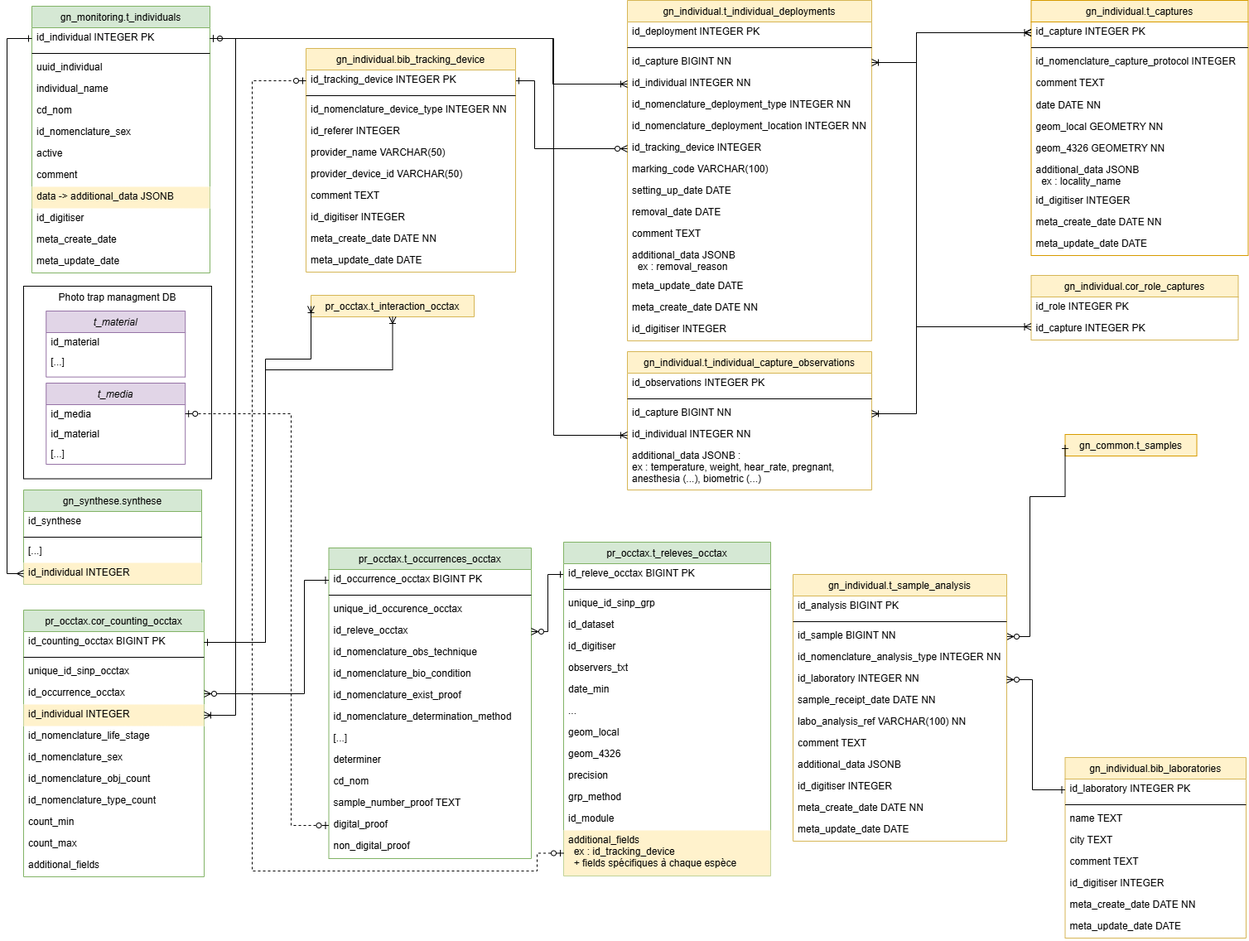
Before: cahier-des-charges/images/mcd.png, a diagram exported from draw.io (PnVanoise/gestion-individus). Source tidied: cells renumbered, new cells last; positions are measured from the earlier drawing's top-left corner, leaving out a move shared by most shapes.
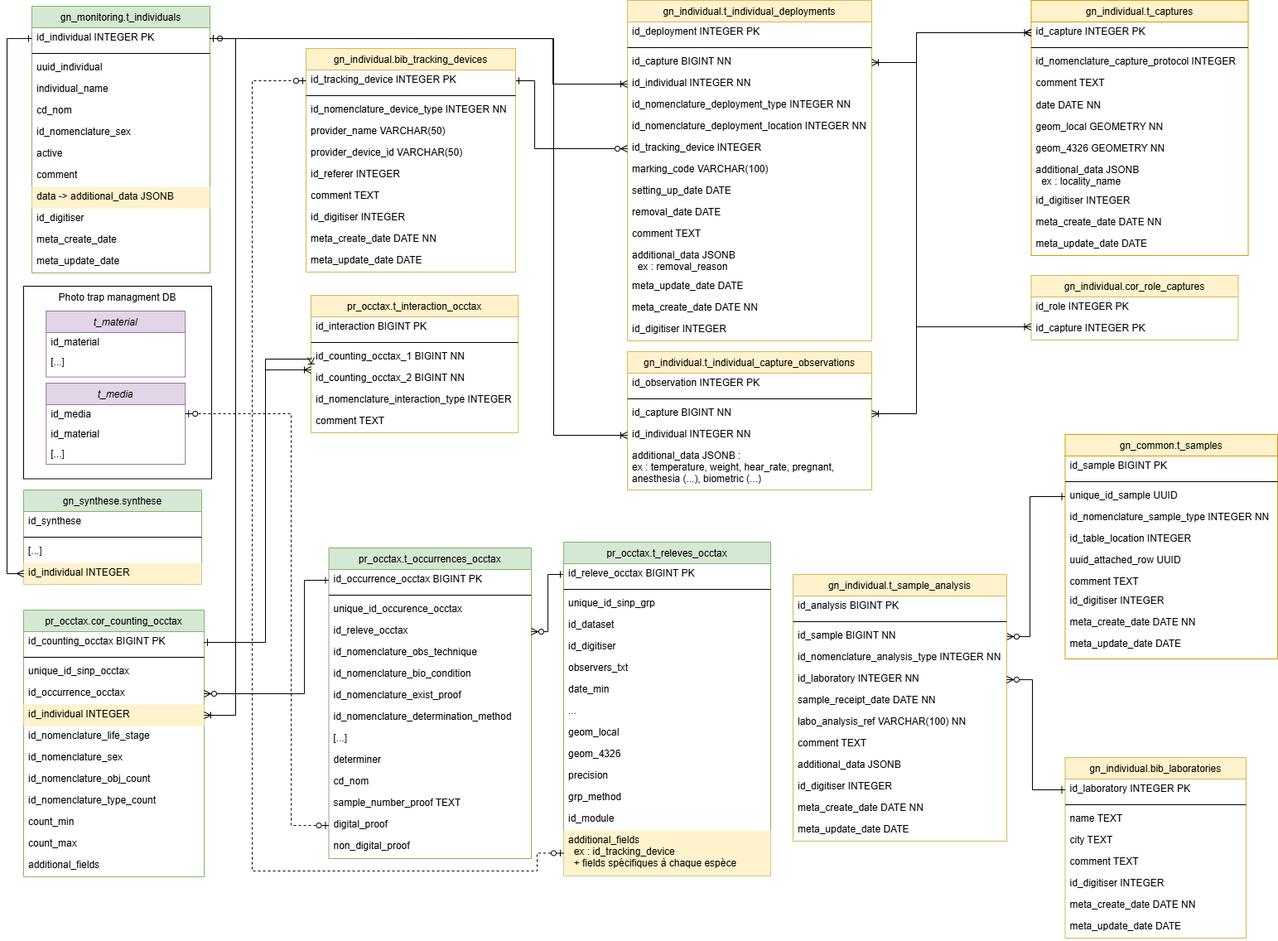
After the commit.

Change to the diagram source:
```diff
@@ -169,9 +169,39 @@
     <mxCell id="55" value="meta_update_date DATE" style="shape=partialRectangle;top=0;left=0;right=0;bottom=0;align=left;verticalAlign=top;spacingTop=-2;fillColor=none;spacingLeft=4;spacingRight=4;overflow=hidden;" parent="44" vertex="1">
       <mxGeometry y="282" width="262" height="26" as="geometry" />
     </mxCell>
-    <mxCell id="56" value="gn_common.t_samples" style="swimlane;fontStyle=0;horizontal=1;startSize=26;fillColor=#FFF2CC;swimlaneFillColor=default;align=center;strokeColor=#d79b00;" parent="1" vertex="1" collapsed="1">
-      <mxGeometry x="1257.5" y="524" width="159" height="26" as="geometry" />
+    <mxCell id="56" value="gn_common.t_samples" style="swimlane;fontStyle=0;horizontal=1;startSize=26;fillColor=#FFF2CC;swimlaneFillColor=default;align=center;strokeColor=#d79b00;" parent="1" vertex="1">
+      <mxGeometry x="1257.5" y="524" width="256.5" height="271" as="geometry" />
     </mxCell>
+    <mxCell id="157" value="id_sample BIGINT PK" style="shape=partialRectangle;top=0;left=0;right=0;bottom=0;align=left;verticalAlign=top;spacingTop=-2;fillColor=none;spacingLeft=4;spacingRight=4;overflow=hidden;strokeColor=#d6b656;fontStyle=0;textShadow=0;" parent="56" vertex="1">
+      <mxGeometry y="26" width="256.5" height="26" as="geometry" />
+    </mxCell>
+    <mxCell id="158" style="line;strokeWidth=1;html=1;" parent="56" vertex="1">
+      <mxGeometry y="52" width="256.5" height="10" as="geometry" />
+    </mxCell>
+    <mxCell id="159" value="unique_id_sample UUID" style="shape=partialRectangle;top=0;left=0;right=0;bottom=0;align=left;verticalAlign=top;spacingTop=-2;fillColor=none;spacingLeft=4;spacingRight=4;overflow=hidden;points=[[0,0.5],[1,0.5]];portConstraint=eastwest;strokeColor=#d6b656;fontStyle=0;textShadow=0;" parent="56" vertex="1">
+      <mxGeometry y="62" width="256.5" height="26" as="geometry" />
+    </mxCell>
+    <mxCell id="160" value="id_nomenclature_sample_type INTEGER NN" style="shape=partialRectangle;top=0;left=0;right=0;bottom=0;align=left;verticalAlign=top;spacingTop=-2;fillColor=none;spacingLeft=4;spacingRight=4;overflow=hidden;" parent="56" vertex="1">
+      <mxGeometry y="88" width="256.5" height="26" as="geometry" />
+    </mxCell>
+    <mxCell id="161" value="id_table_location INTEGER" style="shape=partialRectangle;top=0;left=0;right=0;bottom=0;align=left;verticalAlign=top;spacingTop=-2;fillColor=none;spacingLeft=4;spacingRight=4;overflow=hidden;" parent="56" vertex="1">
+      <mxGeometry y="114" width="256.5" height="26" as="geometry" />
+    </mxCell>
+    <mxCell id="162" value="uuid_attached_row UUID" style="shape=partialRectangle;top=0;left=0;right=0;bottom=0;align=left;verticalAlign=top;spacingTop=-2;fillColor=none;spacingLeft=4;spacingRight=4;overflow=hidden;" parent="56" vertex="1">
+      <mxGeometry y="140" width="256.5" height="26" as="geometry" />
+    </mxCell>
+    <mxCell id="163" value="comment TEXT" style="shape=partialRectangle;top=0;left=0;right=0;bottom=0;align=left;verticalAlign=top;spacingTop=-2;fillColor=none;spacingLeft=4;spacingRight=4;overflow=hidden;strokeColor=default;perimeterSpacing=0;fontStyle=0;" parent="56" vertex="1">
+      <mxGeometry y="166" width="256.5" height="23" as="geometry" />
+    </mxCell>
+    <mxCell id="164" value="id_digitiser INTEGER" style="shape=partialRectangle;top=0;left=0;right=0;bottom=0;align=left;verticalAlign=top;spacingTop=-2;fillColor=none;spacingLeft=4;spacingRight=4;overflow=hidden;fontStyle=0;textShadow=0;" parent="56" vertex="1">
+      <mxGeometry y="189" width="256.5" height="26" as="geometry" />
+    </mxCell>
+    <mxCell id="165" value="meta_create_date DATE NN" style="shape=partialRectangle;top=0;left=0;right=0;bottom=0;align=left;verticalAlign=top;spacingTop=-2;fillColor=none;spacingLeft=4;spacingRight=4;overflow=hidden;strokeColor=default;perimeterSpacing=0;fontStyle=0;" parent="56" vertex="1">
+      <mxGeometry y="215" width="256.5" height="26" as="geometry" />
+    </mxCell>
+    <mxCell id="166" value="meta_update_date DATE" style="shape=partialRectangle;top=0;left=0;right=0;bottom=0;align=left;verticalAlign=top;spacingTop=-2;fillColor=none;spacingLeft=4;spacingRight=4;overflow=hidden;strokeColor=default;perimeterSpacing=0;fontStyle=0;" parent="56" vertex="1">
+      <mxGeometry y="241" width="256.5" height="26" as="geometry" />
+    </mxCell>
     <mxCell id="57" style="edgeStyle=orthogonalEdgeStyle;rounded=0;jettySize=auto;html=1;exitX=1;exitY=0.5;exitDx=0;exitDy=0;startArrow=ERzeroToMany;startFill=0;endArrow=ERone;endFill=0;entryX=0;entryY=0.5;entryDx=0;entryDy=0;" parent="1" edge="1" source="32" target="124">
       <mxGeometry relative="1" as="geometry">
         <Array as="points">
@@ -244,6 +274,14 @@
         </Array>
       </mxGeometry>
     </mxCell>
+    <mxCell id="167" style="edgeStyle=orthogonalEdgeStyle;rounded=0;jettySize=auto;html=1;startArrow=ERzeroToMany;startFill=0;endArrow=ERone;endFill=0;exitX=1;exitY=0.5;exitDx=0;exitDy=0;entryX=0;entryY=0.5;entryDx=0;entryDy=0;" parent="1" edge="1" source="113" target="159">
+      <mxGeometry relative="1" as="geometry">
+        <Array as="points">
+          <mxPoint x="1215" y="768" />
+          <mxPoint x="1215" y="599" />
+        </Array>
+      </mxGeometry>
+    </mxCell>
     <mxCell id="76" style="edgeStyle=orthogonalEdgeStyle;rounded=0;jettySize=auto;html=1;exitX=0;exitY=0.5;exitDx=0;exitDy=0;entryX=1;entryY=0.5;entryDx=0;entryDy=0;endArrow=ERone;endFill=0;startArrow=ERzeroToMany;startFill=0;" parent="1" edge="1" source="65" target="89">
       <mxGeometry relative="1" as="geometry">
         <Array as="points">
@@ -295,7 +333,7 @@
         </Array>
       </mxGeometry>
     </mxCell>
-    <mxCell id="88" value="gn_individual.bib_tracking_device" style="swimlane;fontStyle=0;horizontal=1;startSize=26;fillColor=#fff2cc;swimlaneFillColor=default;align=center;strokeColor=#d6b656;" parent="1" vertex="1">
+    <mxCell id="88" value="gn_individual.bib_tracking_devices" style="swimlane;fontStyle=0;horizontal=1;startSize=26;fillColor=#fff2cc;swimlaneFillColor=default;align=center;strokeColor=#d6b656;" parent="1" vertex="1">
       <mxGeometry x="341" y="58" width="253" height="270" as="geometry" />
     </mxCell>
     <mxCell id="89" value="id_tracking_device INTEGER PK" style="shape=partialRectangle;top=0;left=0;right=0;bottom=0;align=left;verticalAlign=top;spacingTop=-2;fillColor=none;spacingLeft=4;spacingRight=4;overflow=hidden;points=[[0,0.5],[1,0.5]];portConstraint=eastwest;fontStyle=0;textShadow=0;" parent="88" vertex="1">
@@ -307,15 +345,15 @@
     <mxCell id="91" value="id_nomenclature_device_type INTEGER NN" style="shape=partialRectangle;top=0;left=0;right=0;bottom=0;align=left;verticalAlign=top;spacingTop=-2;fillColor=none;spacingLeft=4;spacingRight=4;overflow=hidden;" parent="88" vertex="1">
       <mxGeometry y="62" width="253" height="26" as="geometry" />
     </mxCell>
-    <mxCell id="92" value="id_referer INTEGER" style="shape=partialRectangle;top=0;left=0;right=0;bottom=0;align=left;verticalAlign=top;spacingTop=-2;fillColor=none;spacingLeft=4;spacingRight=4;overflow=hidden;fontStyle=0;textShadow=0;" parent="88" vertex="1">
-      <mxGeometry y="88" width="253" height="26" as="geometry" />
-    </mxCell>
     <mxCell id="93" value="provider_name VARCHAR(50)" style="shape=partialRectangle;top=0;left=0;right=0;bottom=0;align=left;verticalAlign=top;spacingTop=-2;fillColor=none;spacingLeft=4;spacingRight=4;overflow=hidden;fontStyle=0;textShadow=0;" parent="88" vertex="1">
-      <mxGeometry y="114" width="253" height="26" as="geometry" />
+      <mxGeometry y="88" width="253" height="26" as="geometry" />
     </mxCell>
     <mxCell id="94" value="provider_device_id VARCHAR(50)" style="shape=partialRectangle;top=0;left=0;right=0;bottom=0;align=left;verticalAlign=top;spacingTop=-2;fillColor=none;spacingLeft=4;spacingRight=4;overflow=hidden;fontStyle=0;textShadow=0;" parent="88" vertex="1">
-      <mxGeometry y="140" width="253" height="26" as="geometry" />
+      <mxGeometry y="114" width="253" height="26" as="geometry" />
     </mxCell>
+    <mxCell id="92" value="id_referer INTEGER" style="shape=partialRectangle;top=0;left=0;right=0;bottom=0;align=left;verticalAlign=top;spacingTop=-2;fillColor=none;spacingLeft=4;spacingRight=4;overflow=hidden;fontStyle=0;textShadow=0;" parent="88" vertex="1">
+      <mxGeometry y="140" width="253" height="26" as="geometry" />
+    </mxCell>
     <mxCell id="95" value="comment TEXT" style="shape=partialRectangle;top=0;left=0;right=0;bottom=0;align=left;verticalAlign=top;spacingTop=-2;fillColor=none;spacingLeft=4;spacingRight=4;overflow=hidden;" parent="88" vertex="1">
       <mxGeometry y="166" width="253" height="26" as="geometry" />
     </mxCell>
@@ -328,9 +366,43 @@
     <mxCell id="98" value="meta_update_date DATE" style="shape=partialRectangle;top=0;left=0;right=0;bottom=0;align=left;verticalAlign=top;spacingTop=-2;fillColor=none;spacingLeft=4;spacingRight=4;overflow=hidden;" parent="88" vertex="1">
       <mxGeometry y="244" width="253" height="26" as="geometry" />
     </mxCell>
-    <mxCell id="99" value="pr_occtax.t_interaction_occtax" style="swimlane;fontStyle=0;horizontal=1;startSize=26;fillColor=#fff2cc;swimlaneFillColor=default;align=center;strokeColor=#d6b656;" parent="1" vertex="1" collapsed="1">
-      <mxGeometry x="347" y="356" width="197" height="26" as="geometry" />
+    <mxCell id="99" value="pr_occtax.t_interaction_occtax" style="swimlane;fontStyle=0;horizontal=1;startSize=26;fillColor=#fff2cc;swimlaneFillColor=default;align=center;strokeColor=#d6b656;" parent="1" vertex="1">
+      <mxGeometry x="347" y="356" width="250.2" height="166" as="geometry" />
     </mxCell>
+    <mxCell id="168" value="id_interaction BIGINT PK" style="shape=partialRectangle;top=0;left=0;right=0;bottom=0;align=left;verticalAlign=top;spacingTop=-2;fillColor=none;spacingLeft=4;spacingRight=4;overflow=hidden;fontStyle=0;textShadow=0;" parent="99" vertex="1">
+      <mxGeometry y="26" width="250.2" height="26" as="geometry" />
+    </mxCell>
+    <mxCell id="169" style="line;strokeWidth=1;html=1;" parent="99" vertex="1">
+      <mxGeometry y="52" width="250.2" height="10" as="geometry" />
+    </mxCell>
+    <mxCell id="170" value="id_counting_occtax_1 BIGINT NN" style="shape=partialRectangle;top=0;left=0;right=0;bottom=0;align=left;verticalAlign=top;spacingTop=-2;fillColor=none;spacingLeft=4;spacingRight=4;overflow=hidden;points=[[0,0.5],[1,0.5]];portConstraint=eastwest;fontStyle=0;textShadow=0;" parent="99" vertex="1">
+      <mxGeometry y="62" width="250.2" height="26" as="geometry" />
+    </mxCell>
+    <mxCell id="171" value="id_counting_occtax_2 BIGINT NN" style="shape=partialRectangle;top=0;left=0;right=0;bottom=0;align=left;verticalAlign=top;spacingTop=-2;fillColor=none;spacingLeft=4;spacingRight=4;overflow=hidden;points=[[0,0.5],[1,0.5]];portConstraint=eastwest;fontStyle=0;textShadow=0;" parent="99" vertex="1">
+      <mxGeometry y="88" width="250.2" height="26" as="geometry" />
+    </mxCell>
+    <mxCell id="172" value="id_nomenclature_interaction_type INTEGER" style="shape=partialRectangle;top=0;left=0;right=0;bottom=0;align=left;verticalAlign=top;spacingTop=-2;fillColor=none;spacingLeft=4;spacingRight=4;overflow=hidden;fontStyle=0;textShadow=0;" parent="99" vertex="1">
+      <mxGeometry y="114" width="250.2" height="26" as="geometry" />
+    </mxCell>
+    <mxCell id="173" value="comment TEXT" style="shape=partialRectangle;top=0;left=0;right=0;bottom=0;align=left;verticalAlign=top;spacingTop=-2;fillColor=none;spacingLeft=4;spacingRight=4;overflow=hidden;fontStyle=0;textShadow=0;" parent="99" vertex="1">
+      <mxGeometry y="140" width="250.2" height="26" as="geometry" />
+    </mxCell>
+    <mxCell id="174" style="edgeStyle=orthogonalEdgeStyle;rounded=0;jettySize=auto;html=1;entryX=1;entryY=0.5;entryDx=0;entryDy=0;startArrow=ERoneToMany;startFill=0;endArrow=ERone;endFill=0;exitX=0;exitY=0.5;exitDx=0;exitDy=0;" parent="1" edge="1" source="170" target="3">
+      <mxGeometry relative="1" as="geometry">
+        <Array as="points">
+          <mxPoint x="292" y="433" />
+          <mxPoint x="292" y="775" />
+        </Array>
+      </mxGeometry>
+    </mxCell>
+    <mxCell id="175" style="edgeStyle=orthogonalEdgeStyle;rounded=0;jettySize=auto;html=1;entryX=1;entryY=0.5;entryDx=0;entryDy=0;startArrow=ERoneToMany;startFill=0;endArrow=ERone;endFill=0;" parent="1" edge="1" source="171" target="3">
+      <mxGeometry relative="1" as="geometry">
+        <Array as="points">
+          <mxPoint x="292" y="446" />
+          <mxPoint x="292" y="775" />
+        </Array>
+      </mxGeometry>
+    </mxCell>
     <mxCell id="100" value="gn_synthese.synthese" style="swimlane;fontStyle=0;horizontal=1;startSize=26;fillColor=#d5e8d4;swimlaneFillColor=default;align=center;strokeColor=#82b366;" parent="1" vertex="1">
       <mxGeometry y="591" width="215" height="114" as="geometry" />
     </mxCell>
@@ -453,7 +525,7 @@
     <mxCell id="138" value="gn_individual.t_individual_capture_observations" style="swimlane;fontStyle=0;horizontal=1;startSize=26;fillColor=#fff2cc;swimlaneFillColor=default;align=center;strokeColor=#d6b656;" parent="1" vertex="1">
       <mxGeometry x="729" y="424" width="295" height="167" as="geometry" />
     </mxCell>
-    <mxCell id="139" value="id_observations INTEGER PK" style="shape=partialRectangle;top=0;left=0;right=0;bottom=0;align=left;verticalAlign=top;spacingTop=-2;fillColor=none;spacingLeft=4;spacingRight=4;overflow=hidden;textShadow=0;fontStyle=0;" parent="138" vertex="1">
+    <mxCell id="139" value="id_observation INTEGER PK" style="shape=partialRectangle;top=0;left=0;right=0;bottom=0;align=left;verticalAlign=top;spacingTop=-2;fillColor=none;spacingLeft=4;spacingRight=4;overflow=hidden;textShadow=0;fontStyle=0;" parent="138" vertex="1">
       <mxGeometry y="26" width="295" height="26" as="geometry" />
     </mxCell>
     <mxCell id="140" style="line;strokeWidth=1;html=1;" parent="138" vertex="1">
```
